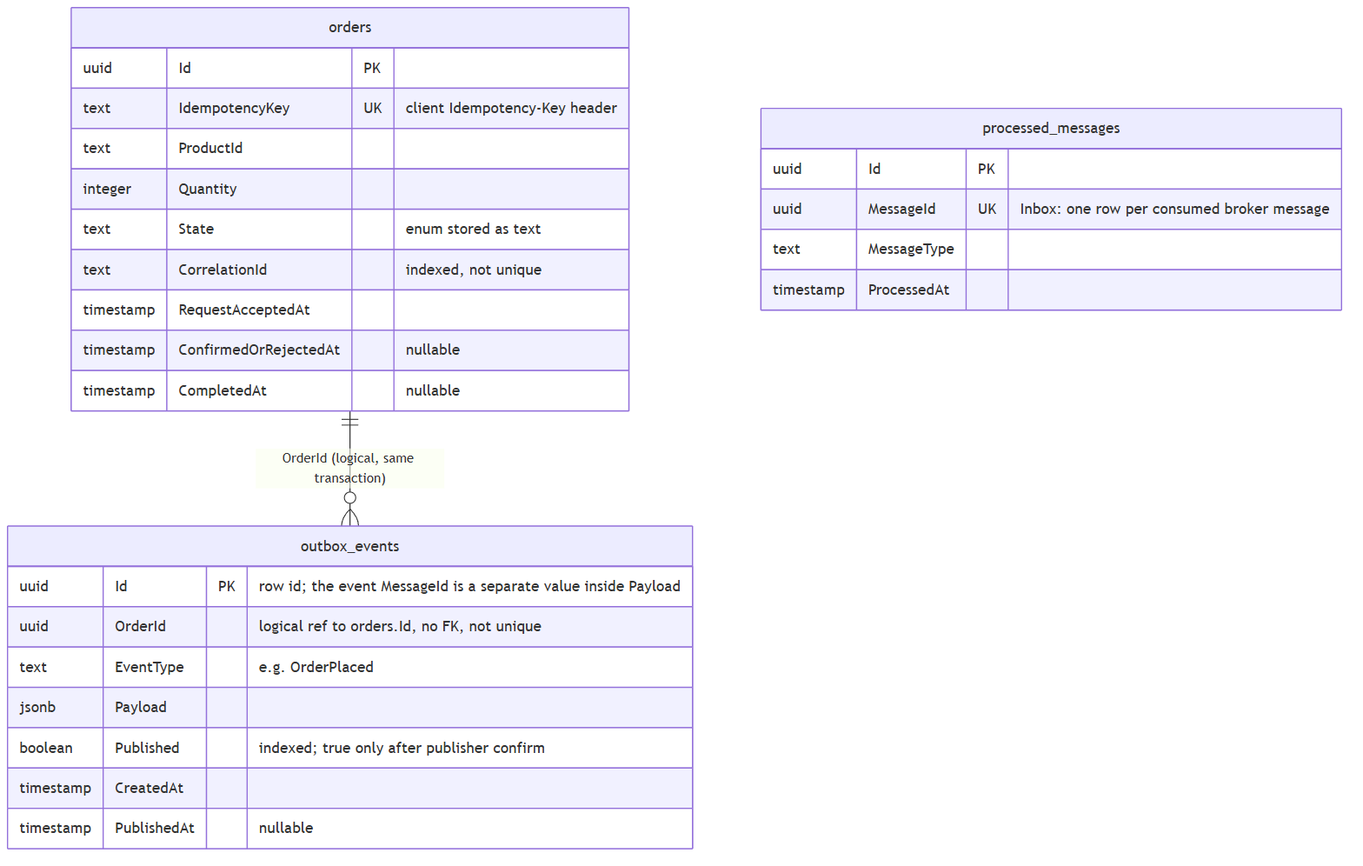
Earlier version of the Mermaid export report/figures/erd-order-service.png (VuTanMinh/flash-sale-microservices). Its source is kept beside it as report/figures/erd-order-service.mmd.
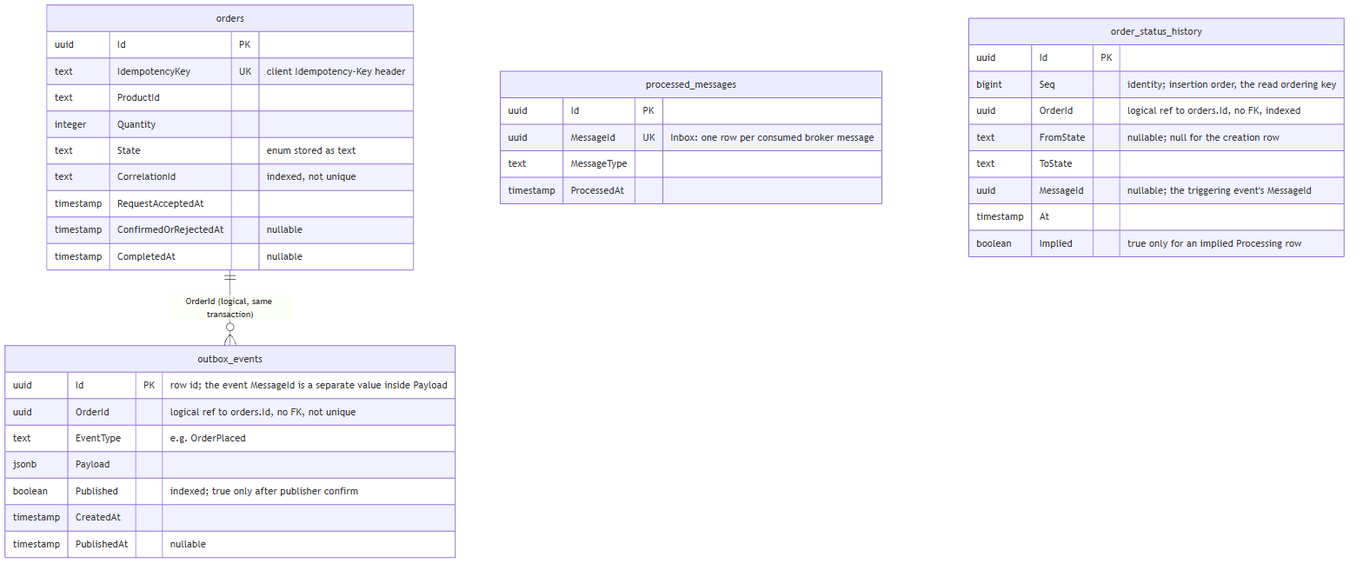
After the change.

What changed in the source:
```diff
@@ -26,3 +26,13 @@
         text MessageType
         timestamp ProcessedAt
     }
+    order_status_history {
+        uuid Id PK
+        bigint Seq "identity; insertion order, the read ordering key"
+        uuid OrderId "logical ref to orders.Id, no FK, indexed"
+        text FromState "nullable; null for the creation row"
+        text ToState
+        uuid MessageId "nullable; the triggering event's MessageId"
+        timestamp At
+        boolean Implied "true only for an implied Processing row"
+    }
```
